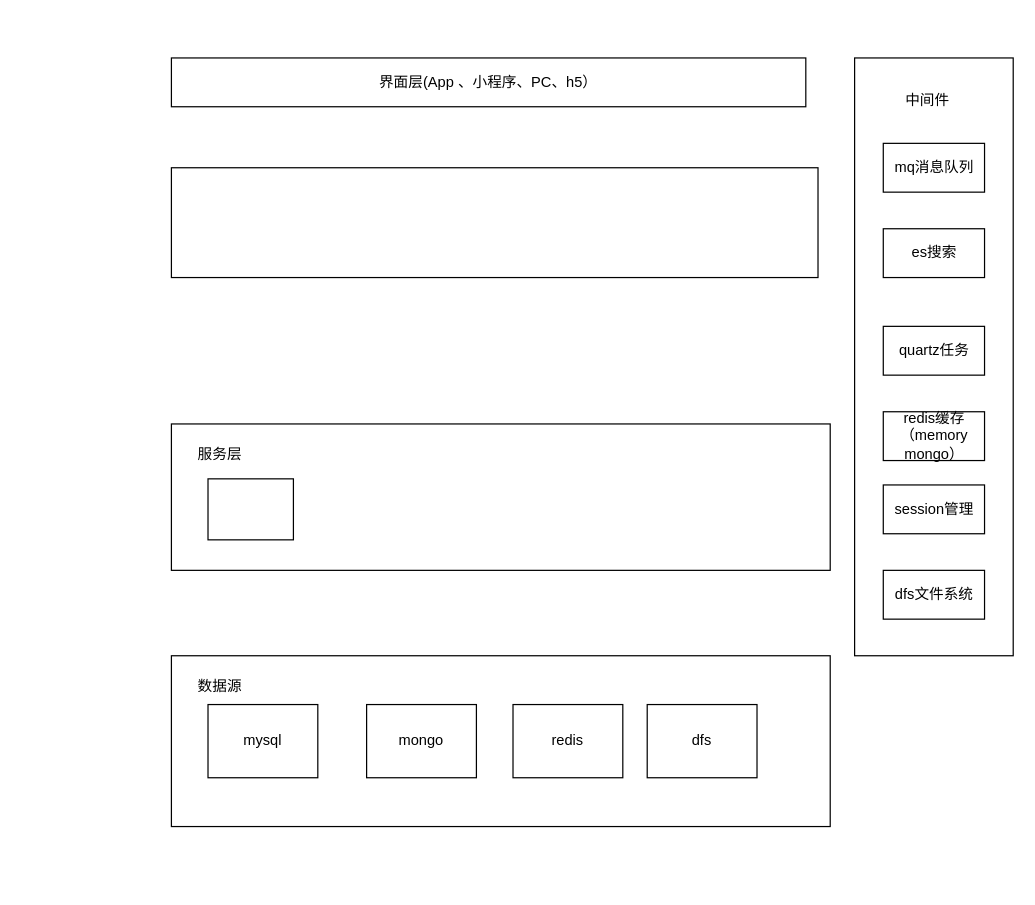
evilbinary/data keeps this draw.io diagram as 未命名绘图.drawio. Above is the earlier version. Source tidied: cells renumbered, new cells numbered last; positions are measured from the earlier drawing's top-left corner, leaving out a move shared by most shapes. Both pictures are drawn from the tidied source at 122%, with x=0, y=0 at pixel (171, 57).
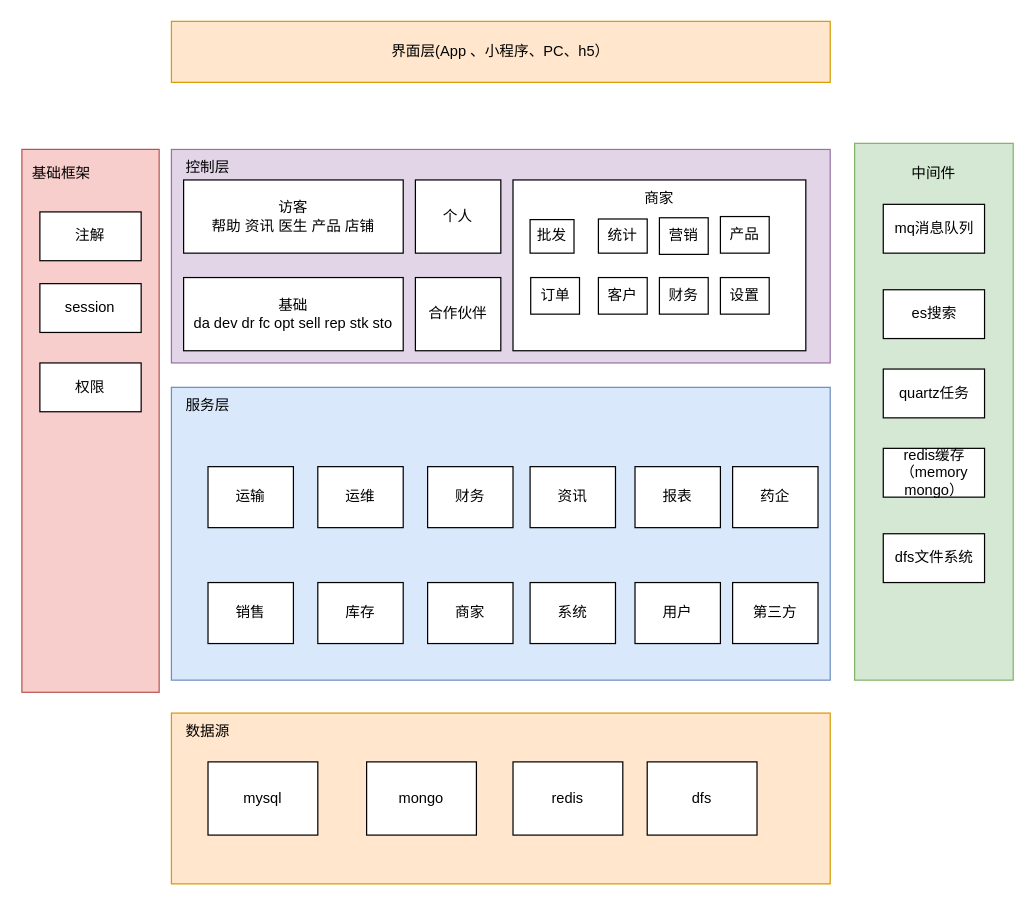
After the change.

Commit message:
更新未命名绘图.drawio

Diff of the diagram source:
```diff
@@
+    <mxCell id="21" style="rounded=0;whiteSpace=wrap;html=1;rotation=90;fillColor=#f8cecc;strokeColor=#b85450;" parent="1" vertex="1">
+      <mxGeometry x="-288.8" y="241.2" width="445" height="112.5" as="geometry" />
+    </mxCell>
-    <mxCell id="2" value="界面层(App 、小程序、PC、h5）" style="rounded=0;whiteSpace=wrap;html=1;" parent="1" vertex="1">
-      <mxGeometry width="520" height="40" as="geometry" />
+    <mxCell id="2" value="界面层(App 、小程序、PC、h5）" style="rounded=0;whiteSpace=wrap;html=1;fillColor=#ffe6cc;strokeColor=#d79b00;" parent="1" vertex="1">
+      <mxGeometry y="-30" width="540" height="50" as="geometry" />
     </mxCell>
-    <mxCell id="3" style="rounded=0;whiteSpace=wrap;html=1;" parent="1" vertex="1">
-      <mxGeometry x="560" width="130" height="490" as="geometry" />
+    <mxCell id="3" style="rounded=0;whiteSpace=wrap;html=1;fillColor=#d5e8d4;strokeColor=#82b366;" parent="1" vertex="1">
+      <mxGeometry x="560" y="70" width="130" height="440" as="geometry" />
     </mxCell>
     <mxCell id="4" value="中间件" style="text;html=1;strokeColor=none;fillColor=none;align=center;verticalAlign=middle;whiteSpace=wrap;rounded=0;" parent="1" vertex="1">
-      <mxGeometry x="590" y="20" width="60" height="30" as="geometry" />
+      <mxGeometry x="595" y="80" width="60" height="30" as="geometry" />
     </mxCell>
     <mxCell id="5" value="mq消息队列" style="rounded=0;whiteSpace=wrap;html=1;" parent="1" vertex="1">
-      <mxGeometry x="583.5" y="70" width="83" height="40" as="geometry" />
+      <mxGeometry x="583.5" y="120" width="83" height="40" as="geometry" />
     </mxCell>
     <mxCell id="6" value="es搜索" style="rounded=0;whiteSpace=wrap;html=1;" parent="1" vertex="1">
-      <mxGeometry x="583.5" y="140" width="83" height="40" as="geometry" />
+      <mxGeometry x="583.5" y="190" width="83" height="40" as="geometry" />
     </mxCell>
     <mxCell id="7" value="quartz任务" style="rounded=0;whiteSpace=wrap;html=1;" parent="1" vertex="1">
-      <mxGeometry x="583.5" y="220" width="83" height="40" as="geometry" />
+      <mxGeometry x="583.5" y="255" width="83" height="40" as="geometry" />
     </mxCell>
-    <mxCell id="8" style="rounded=0;whiteSpace=wrap;html=1;" parent="1" vertex="1">
-      <mxGeometry y="490" width="540" height="140" as="geometry" />
+    <mxCell id="8" style="rounded=0;whiteSpace=wrap;html=1;fillColor=#ffe6cc;strokeColor=#d79b00;" parent="1" vertex="1">
+      <mxGeometry y="537" width="540" height="140" as="geometry" />
     </mxCell>
     <mxCell id="9" value="mysql" style="rounded=0;whiteSpace=wrap;html=1;" parent="1" vertex="1">
-      <mxGeometry x="30" y="530" width="90" height="60" as="geometry" />
+      <mxGeometry x="30" y="577" width="90" height="60" as="geometry" />
     </mxCell>
     <mxCell id="10" value="redis缓存（memory mongo）" style="rounded=0;whiteSpace=wrap;html=1;" parent="1" vertex="1">
-      <mxGeometry x="583.5" y="290" width="83" height="40" as="geometry" />
+      <mxGeometry x="583.5" y="320" width="83" height="40" as="geometry" />
     </mxCell>
-    <mxCell id="11" value="session管理" style="rounded=0;whiteSpace=wrap;html=1;" parent="1" vertex="1">
-      <mxGeometry x="583.5" y="350" width="83" height="40" as="geometry" />
+    <mxCell id="11" value="session" style="rounded=0;whiteSpace=wrap;html=1;" parent="1" vertex="1">
+      <mxGeometry x="-107.8" y="185" width="83" height="40" as="geometry" />
     </mxCell>
     <mxCell id="12" value="mongo" style="rounded=0;whiteSpace=wrap;html=1;" parent="1" vertex="1">
-      <mxGeometry x="160" y="530" width="90" height="60" as="geometry" />
+      <mxGeometry x="160" y="577" width="90" height="60" as="geometry" />
     </mxCell>
     <mxCell id="13" value="redis" style="rounded=0;whiteSpace=wrap;html=1;" parent="1" vertex="1">
-      <mxGeometry x="280" y="530" width="90" height="60" as="geometry" />
+      <mxGeometry x="280" y="577" width="90" height="60" as="geometry" />
     </mxCell>
     <mxCell id="14" value="dfs文件系统" style="rounded=0;whiteSpace=wrap;html=1;" parent="1" vertex="1">
-      <mxGeometry x="583.5" y="420" width="83" height="40" as="geometry" />
+      <mxGeometry x="583.5" y="390" width="83" height="40" as="geometry" />
     </mxCell>
     <mxCell id="15" value="数据源" style="text;html=1;strokeColor=none;fillColor=none;align=center;verticalAlign=middle;whiteSpace=wrap;rounded=0;" parent="1" vertex="1">
-      <mxGeometry x="10" y="500" width="60" height="30" as="geometry" />
+      <mxGeometry y="537" width="60" height="30" as="geometry" />
     </mxCell>
     <mxCell id="16" value="dfs" style="rounded=0;whiteSpace=wrap;html=1;" parent="1" vertex="1">
-      <mxGeometry x="390" y="530" width="90" height="60" as="geometry" />
+      <mxGeometry x="390" y="577" width="90" height="60" as="geometry" />
     </mxCell>
-    <mxCell id="17" style="rounded=0;whiteSpace=wrap;html=1;" parent="1" vertex="1">
-      <mxGeometry y="90" width="530" height="90" as="geometry" />
+    <mxCell id="17" style="rounded=0;whiteSpace=wrap;html=1;fillColor=#e1d5e7;strokeColor=#9673a6;" parent="1" vertex="1">
+      <mxGeometry y="75" width="540" height="175" as="geometry" />
     </mxCell>
-    <mxCell id="18" style="rounded=0;whiteSpace=wrap;html=1;" parent="1" vertex="1">
-      <mxGeometry y="300" width="540" height="120" as="geometry" />
+    <mxCell id="18" style="rounded=0;whiteSpace=wrap;html=1;fillColor=#dae8fc;strokeColor=#6c8ebf;" parent="1" vertex="1">
+      <mxGeometry y="270" width="540" height="240" as="geometry" />
     </mxCell>
     <mxCell id="19" value="服务层" style="text;html=1;strokeColor=none;fillColor=none;align=center;verticalAlign=middle;whiteSpace=wrap;rounded=0;" parent="1" vertex="1">
-      <mxGeometry x="10" y="310" width="60" height="30" as="geometry" />
+      <mxGeometry y="270" width="60" height="30" as="geometry" />
     </mxCell>
-    <mxCell id="20" style="rounded=0;whiteSpace=wrap;html=1;" parent="1" vertex="1">
-      <mxGeometry x="30" y="345" width="70" height="50" as="geometry" />
+    <mxCell id="20" value="运输" style="rounded=0;whiteSpace=wrap;html=1;" parent="1" vertex="1">
+      <mxGeometry x="30" y="335" width="70" height="50" as="geometry" />
     </mxCell>
+    <mxCell id="22" value="运维" style="rounded=0;whiteSpace=wrap;html=1;" parent="1" vertex="1">
+      <mxGeometry x="120" y="335" width="70" height="50" as="geometry" />
+    </mxCell>
+    <mxCell id="23" value="财务" style="rounded=0;whiteSpace=wrap;html=1;" parent="1" vertex="1">
+      <mxGeometry x="210" y="335" width="70" height="50" as="geometry" />
+    </mxCell>
+    <mxCell id="24" value="资讯" style="rounded=0;whiteSpace=wrap;html=1;" parent="1" vertex="1">
+      <mxGeometry x="294" y="335" width="70" height="50" as="geometry" />
+    </mxCell>
+    <mxCell id="25" value="报表" style="rounded=0;whiteSpace=wrap;html=1;" parent="1" vertex="1">
+      <mxGeometry x="380" y="335" width="70" height="50" as="geometry" />
+    </mxCell>
+    <mxCell id="26" value="销售" style="rounded=0;whiteSpace=wrap;html=1;" parent="1" vertex="1">
+      <mxGeometry x="30" y="430" width="70" height="50" as="geometry" />
+    </mxCell>
+    <mxCell id="27" value="库存" style="rounded=0;whiteSpace=wrap;html=1;" parent="1" vertex="1">
+      <mxGeometry x="120" y="430" width="70" height="50" as="geometry" />
+    </mxCell>
+    <mxCell id="28" value="商家" style="rounded=0;whiteSpace=wrap;html=1;" parent="1" vertex="1">
+      <mxGeometry x="210" y="430" width="70" height="50" as="geometry" />
+    </mxCell>
+    <mxCell id="29" value="系统" style="rounded=0;whiteSpace=wrap;html=1;" parent="1" vertex="1">
+      <mxGeometry x="294" y="430" width="70" height="50" as="geometry" />
+    </mxCell>
+    <mxCell id="30" value="用户" style="rounded=0;whiteSpace=wrap;html=1;" parent="1" vertex="1">
+      <mxGeometry x="380" y="430" width="70" height="50" as="geometry" />
+    </mxCell>
+    <mxCell id="31" value="药企" style="rounded=0;whiteSpace=wrap;html=1;" parent="1" vertex="1">
+      <mxGeometry x="460" y="335" width="70" height="50" as="geometry" />
+    </mxCell>
+    <mxCell id="32" value="第三方" style="rounded=0;whiteSpace=wrap;html=1;" parent="1" vertex="1">
+      <mxGeometry x="460" y="430" width="70" height="50" as="geometry" />
+    </mxCell>
+    <mxCell id="33" value="控制层" style="text;html=1;strokeColor=none;fillColor=none;align=center;verticalAlign=middle;whiteSpace=wrap;rounded=0;" parent="1" vertex="1">
+      <mxGeometry y="75" width="60" height="30" as="geometry" />
+    </mxCell>
+    <mxCell id="34" value="访客&lt;br&gt;帮助 资讯 医生 产品 店铺" style="rounded=0;whiteSpace=wrap;html=1;" parent="1" vertex="1">
+      <mxGeometry x="10" y="100" width="180" height="60" as="geometry" />
+    </mxCell>
+    <mxCell id="35" value="合作伙伴" style="rounded=0;whiteSpace=wrap;html=1;" parent="1" vertex="1">
+      <mxGeometry x="200" y="180" width="70" height="60" as="geometry" />
+    </mxCell>
+    <mxCell id="36" value="个人" style="rounded=0;whiteSpace=wrap;html=1;" parent="1" vertex="1">
+      <mxGeometry x="200" y="100" width="70" height="60" as="geometry" />
+    </mxCell>
+    <mxCell id="37" style="rounded=0;whiteSpace=wrap;html=1;" parent="1" vertex="1">
+      <mxGeometry x="280" y="100" width="240" height="140" as="geometry" />
+    </mxCell>
+    <mxCell id="38" value="批发" style="rounded=0;whiteSpace=wrap;html=1;strokeColor=default;" parent="1" vertex="1">
+      <mxGeometry x="294" y="132.5" width="36" height="27.5" as="geometry" />
+    </mxCell>
+    <mxCell id="39" value="设置" style="rounded=0;whiteSpace=wrap;html=1;" parent="1" vertex="1">
+      <mxGeometry x="450" y="180" width="40" height="30" as="geometry" />
+    </mxCell>
+    <mxCell id="40" value="统计" style="rounded=0;whiteSpace=wrap;html=1;" parent="1" vertex="1">
+      <mxGeometry x="350" y="132" width="40" height="28" as="geometry" />
+    </mxCell>
+    <mxCell id="41" value="营销" style="rounded=0;whiteSpace=wrap;html=1;" parent="1" vertex="1">
+      <mxGeometry x="400" y="131" width="40" height="30" as="geometry" />
+    </mxCell>
+    <mxCell id="42" value="商家" style="text;html=1;strokeColor=none;fillColor=none;align=center;verticalAlign=middle;whiteSpace=wrap;rounded=0;" parent="1" vertex="1">
+      <mxGeometry x="370" y="100" width="60" height="30" as="geometry" />
+    </mxCell>
+    <mxCell id="43" value="订单" style="rounded=0;whiteSpace=wrap;html=1;" parent="1" vertex="1">
+      <mxGeometry x="294.5" y="180" width="40" height="30" as="geometry" />
+    </mxCell>
+    <mxCell id="44" value="客户" style="rounded=0;whiteSpace=wrap;html=1;" parent="1" vertex="1">
+      <mxGeometry x="350" y="180" width="40" height="30" as="geometry" />
+    </mxCell>
+    <mxCell id="45" value="财务" style="rounded=0;whiteSpace=wrap;html=1;" parent="1" vertex="1">
+      <mxGeometry x="400" y="180" width="40" height="30" as="geometry" />
+    </mxCell>
+    <mxCell id="46" value="产品" style="rounded=0;whiteSpace=wrap;html=1;" parent="1" vertex="1">
+      <mxGeometry x="450" y="130" width="40" height="30" as="geometry" />
+    </mxCell>
+    <mxCell id="47" value="基础&lt;br&gt;da dev dr fc opt sell rep stk sto" style="rounded=0;whiteSpace=wrap;html=1;" parent="1" vertex="1">
+      <mxGeometry x="10" y="180" width="180" height="60" as="geometry" />
+    </mxCell>
+    <mxCell id="48" value="权限" style="rounded=0;whiteSpace=wrap;html=1;" parent="1" vertex="1">
+      <mxGeometry x="-107.8" y="250" width="83" height="40" as="geometry" />
+    </mxCell>
+    <mxCell id="49" value="注解" style="rounded=0;whiteSpace=wrap;html=1;" parent="1" vertex="1">
+      <mxGeometry x="-107.8" y="126.2" width="83" height="40" as="geometry" />
+    </mxCell>
+    <mxCell id="50" value="基础框架" style="text;html=1;strokeColor=none;fillColor=none;align=center;verticalAlign=middle;whiteSpace=wrap;rounded=0;" parent="1" vertex="1">
+      <mxGeometry x="-120" y="80" width="60" height="30" as="geometry" />
+    </mxCell>
```
